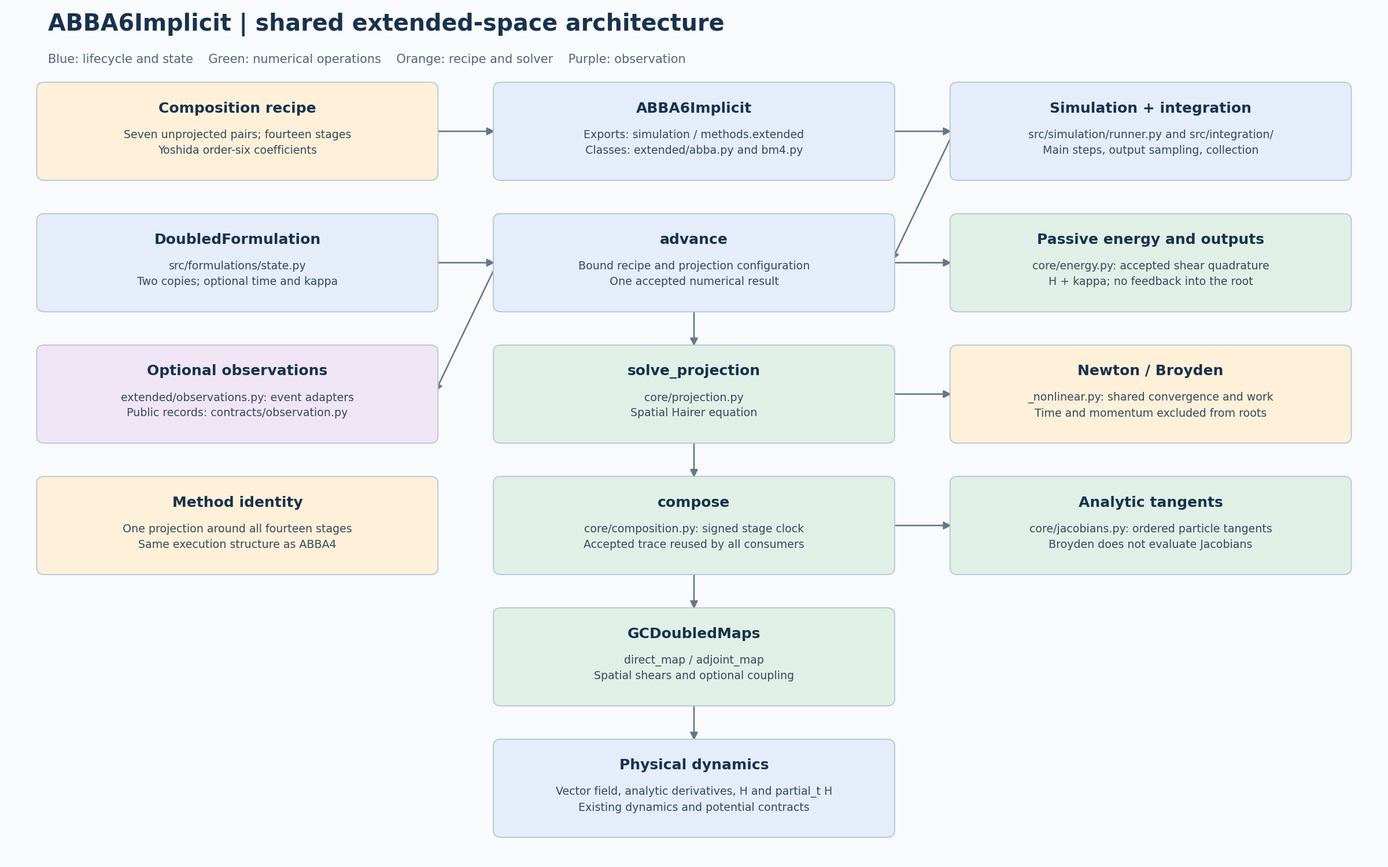
The PlantUML diagram docs/models/abba6-implicit/simulation/abba6-implicit-simulation-architecture.png in Jugibe-52/GC2D_intranet, before a commit. Its source is kept beside it as docs/models/abba6-implicit/simulation/abba6-implicit-simulation-architecture.puml.
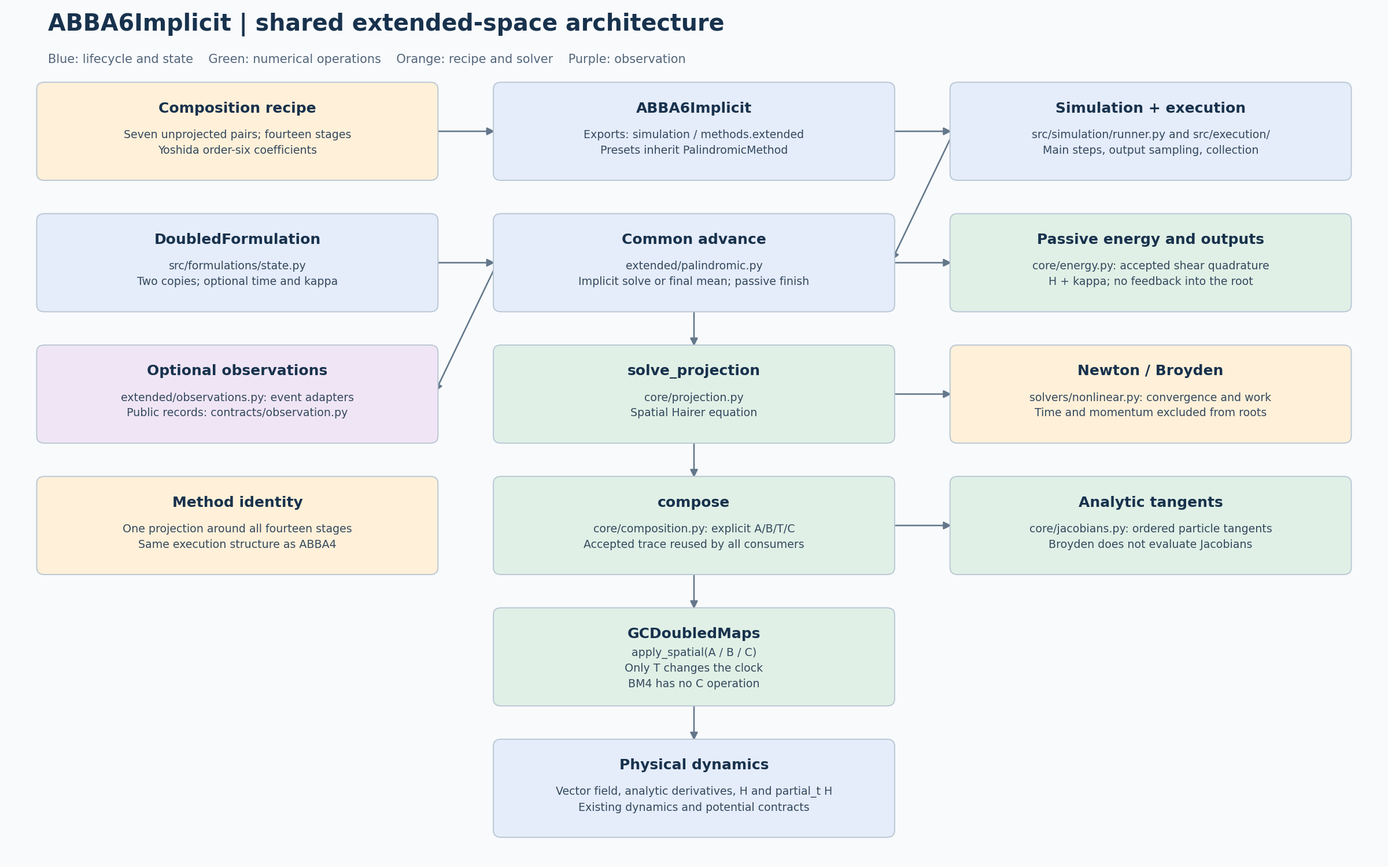
Later version of the same file.

The edit, as a diff of the source:
```diff
@@ -3,18 +3,18 @@
   graph [rankdir=TB, bgcolor="#f8fafc"];
   node [shape=box, style="rounded,filled", fontname="DejaVu Sans"];
   recipe [label="Composition recipe\nSeven unprojected pairs; fourteen stages\nYoshida order-six coefficients", fillcolor="#fff0d9"];
-  method [label="ABBA6Implicit\nExports: simulation / methods.extended\nClasses: extended/abba.py and bm4.py", fillcolor="#e5ecfa"];
-  driver [label="Simulation + integration\nsrc/simulation/runner.py and src/integration/\nMain steps, output sampling, collection", fillcolor="#e5ecfa"];
+  method [label="ABBA6Implicit\nExports: simulation / methods.extended\nPresets inherit PalindromicMethod", fillcolor="#e5ecfa"];
+  driver [label="Simulation + execution\nsrc/simulation/runner.py and src/execution/\nMain steps, output sampling, collection", fillcolor="#e5ecfa"];
   state [label="DoubledFormulation\nsrc/formulations/state.py\nTwo copies; optional time and kappa", fillcolor="#e5ecfa"];
-  advance [label="advance\nBound recipe and projection configuration\nOne accepted numerical result", fillcolor="#e5ecfa"];
+  advance [label="Common advance\nextended/palindromic.py\nImplicit solve or final mean; passive finish", fillcolor="#e5ecfa"];
   energy [label="Passive energy and outputs\ncore/energy.py: accepted shear quadrature\nH + kappa; no feedback into the root", fillcolor="#e1f0e6"];
   observe [label="Optional observations\nextended/observations.py: event adapters\nPublic records: contracts/observation.py", fillcolor="#f0e5f5"];
   projection [label="solve_projection\ncore/projection.py\nSpatial Hairer equation", fillcolor="#e1f0e6"];
-  solver [label="Newton / Broyden\n_nonlinear.py: shared convergence and work\nTime and momentum excluded from roots", fillcolor="#fff0d9"];
+  solver [label="Newton / Broyden\nsolvers/nonlinear.py: convergence and work\nTime and momentum excluded from roots", fillcolor="#fff0d9"];
   placement [label="Method identity\nOne projection around all fourteen stages\nSame execution structure as ABBA4", fillcolor="#fff0d9"];
-  compose [label="compose\ncore/composition.py: signed stage clock\nAccepted trace reused by all consumers", fillcolor="#e1f0e6"];
+  compose [label="compose\ncore/composition.py: explicit A/B/T/C\nAccepted trace reused by all consumers", fillcolor="#e1f0e6"];
   tangent [label="Analytic tangents\ncore/jacobians.py: ordered particle tangents\nBroyden does not evaluate Jacobians", fillcolor="#e1f0e6"];
-  maps [label="GCDoubledMaps\ndirect_map / adjoint_map\nSpatial shears and optional coupling", fillcolor="#e1f0e6"];
+  maps [label="GCDoubledMaps\napply_spatial(A / B / C)\nOnly T changes the clock\nBM4 has no C operation", fillcolor="#e1f0e6"];
   dynamics [label="Physical dynamics\nVector field, analytic derivatives, H and partial_t H\nExisting dynamics and potential contracts", fillcolor="#e5ecfa"];
   recipe -> method;
   method -> driver;
```
